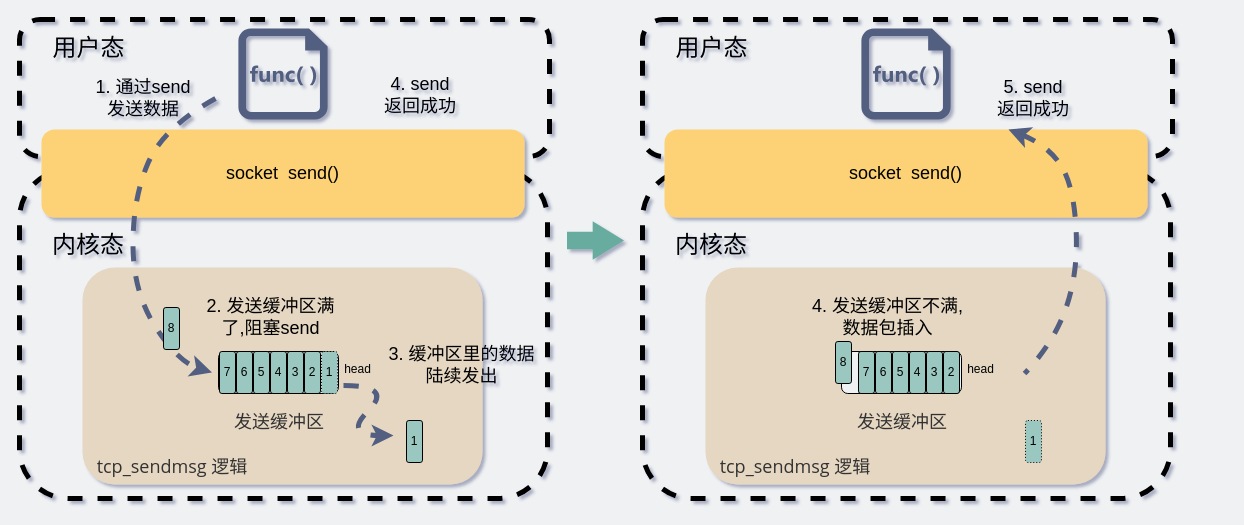
Earlier version of the draw.io diagram network/recvbuf非空.drawio (xiaobaiTech/image). Source tidied: cells renumbered, new cells numbered last; positions are measured from the earlier drawing's top-left corner, leaving out a move shared by most shapes. Both pictures are drawn from the tidied source at 100%, with x=0, y=0 at pixel (19, 19). Pictures stored in the file or linked from it are replaced by grey dashed boxes.
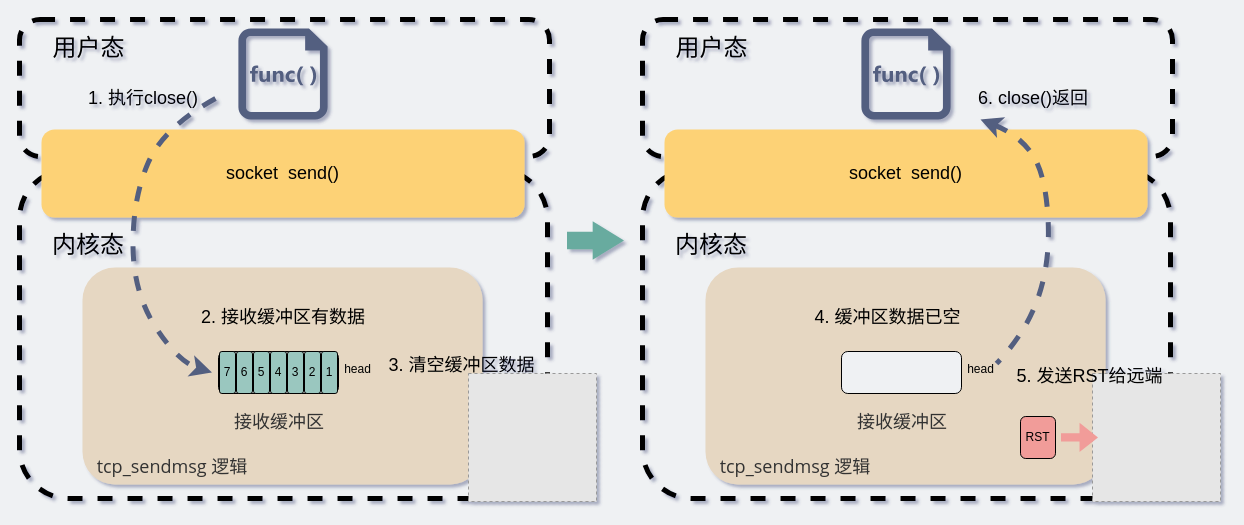
The same diagram, later.

The edit, as a diff of the source:
```diff
@@
-    <mxCell id="12" value="1" style="rounded=1;whiteSpace=wrap;html=1;fillColor=#9AC7BF;dashed=1;strokeWidth=1;dashPattern=1 2;" parent="1" vertex="1">
+    <mxCell id="12" value="1" style="rounded=1;whiteSpace=wrap;html=1;fillColor=#9AC7BF;strokeWidth=1;" parent="1" vertex="1">
       <mxGeometry x="302" y="332" width="16" height="42" as="geometry" />
     </mxCell>
-    <mxCell id="13" value="&lt;font color=&quot;#333333&quot; face=&quot;open sans, clear sans, helvetica neue, helvetica, arial, sans-serif&quot;&gt;&lt;span style=&quot;font-size: 18px&quot;&gt;发送缓冲区&lt;/span&gt;&lt;/font&gt;" style="text;html=1;strokeColor=none;fillColor=none;align=center;verticalAlign=middle;whiteSpace=wrap;rounded=0;" parent="1" vertex="1">
+    <mxCell id="13" value="&lt;font color=&quot;#333333&quot; face=&quot;open sans, clear sans, helvetica neue, helvetica, arial, sans-serif&quot;&gt;&lt;span style=&quot;font-size: 18px&quot;&gt;接收缓冲区&lt;/span&gt;&lt;/font&gt;" style="text;html=1;strokeColor=none;fillColor=none;align=center;verticalAlign=middle;whiteSpace=wrap;rounded=0;" parent="1" vertex="1">
       <mxGeometry x="205" y="380" width="110" height="43" as="geometry" />
     </mxCell>
@@
-    <mxCell id="18" value="&lt;font style=&quot;font-size: 18px&quot;&gt;1. 通过send &lt;br&gt;发送数据&lt;/font&gt;" style="text;html=1;strokeColor=none;fillColor=none;align=center;verticalAlign=middle;whiteSpace=wrap;rounded=0;" parent="1" vertex="1">
+    <mxCell id="18" value="&lt;font style=&quot;font-size: 18px&quot;&gt;1. 执行close()&lt;/font&gt;" style="text;html=1;strokeColor=none;fillColor=none;align=center;verticalAlign=middle;whiteSpace=wrap;rounded=0;" parent="1" vertex="1">
       <mxGeometry x="52" y="55" width="144" height="48" as="geometry" />
     </mxCell>
-    <mxCell id="19" value="&lt;font style=&quot;font-size: 18px&quot;&gt;2. 发送缓冲区满了,阻塞send&lt;/font&gt;" style="text;html=1;strokeColor=none;fillColor=none;align=center;verticalAlign=middle;whiteSpace=wrap;rounded=0;" parent="1" vertex="1">
-      <mxGeometry x="177" y="274" width="149" height="48" as="geometry" />
+    <mxCell id="19" value="&lt;font style=&quot;font-size: 18px&quot;&gt;2. 接收缓冲区有数据&lt;/font&gt;" style="text;html=1;strokeColor=none;fillColor=none;align=center;verticalAlign=middle;whiteSpace=wrap;rounded=0;" parent="1" vertex="1">
+      <mxGeometry x="177" y="274" width="174" height="48" as="geometry" />
     </mxCell>
@@
-    <mxCell id="21" value="&lt;font style=&quot;font-size: 18px&quot;&gt;5. send&lt;br&gt;返回成功&lt;/font&gt;" style="text;html=1;strokeColor=none;fillColor=none;align=center;verticalAlign=middle;whiteSpace=wrap;rounded=0;" parent="1" vertex="1">
+    <mxCell id="21" value="&lt;font style=&quot;font-size: 18px&quot;&gt;6. close()返回&lt;/font&gt;" style="text;html=1;strokeColor=none;fillColor=none;align=center;verticalAlign=middle;whiteSpace=wrap;rounded=0;" parent="1" vertex="1">
       <mxGeometry x="942" y="55" width="144" height="48" as="geometry" />
     </mxCell>
-    <mxCell id="22" value="8" style="rounded=1;whiteSpace=wrap;html=1;fillColor=#9AC7BF;" parent="1" vertex="1">
-      <mxGeometry x="144" y="288" width="16" height="42" as="geometry" />
-    </mxCell>
@@
-    <mxCell id="26" style="curved=1;endArrow=classic;html=1;rounded=0;strokeWidth=5;strokeColor=#535E80;dashed=1;" parent="1" edge="1">
-      <mxGeometry relative="1" as="geometry">
-        <mxPoint x="324" y="366" as="sourcePoint" />
-        <mxPoint x="374" y="416" as="targetPoint" />
-        <Array as="points">
-          <mxPoint x="374" y="366" />
-          <mxPoint x="324" y="416" />
-        </Array>
-      </mxGeometry>
-    </mxCell>
-    <mxCell id="27" value="1" style="rounded=1;whiteSpace=wrap;html=1;fillColor=#9AC7BF;" parent="1" vertex="1">
-      <mxGeometry x="387" y="401" width="16" height="42" as="geometry" />
-    </mxCell>
-    <mxCell id="28" value="&lt;font style=&quot;font-size: 18px&quot;&gt;3. 缓冲区里的数据陆续发出&lt;/font&gt;" style="text;html=1;strokeColor=none;fillColor=none;align=center;verticalAlign=middle;whiteSpace=wrap;rounded=0;" parent="1" vertex="1">
+    <mxCell id="28" value="&lt;font style=&quot;font-size: 18px&quot;&gt;3. 清空缓冲区数据&lt;/font&gt;" style="text;html=1;strokeColor=none;fillColor=none;align=center;verticalAlign=middle;whiteSpace=wrap;rounded=0;" parent="1" vertex="1">
       <mxGeometry x="368" y="322" width="149" height="48" as="geometry" />
     </mxCell>
@@
-    <mxCell id="37" value="1" style="rounded=1;whiteSpace=wrap;html=1;fillColor=#9AC7BF;dashed=1;strokeWidth=1;dashPattern=1 2;" parent="1" vertex="1">
-      <mxGeometry x="1006" y="401" width="16" height="42" as="geometry" />
+    <mxCell id="37" value="RST" style="rounded=1;whiteSpace=wrap;html=1;fillColor=#F19C99;strokeWidth=1;" parent="1" vertex="1">
+      <mxGeometry x="1001" y="397" width="35" height="42" as="geometry" />
     </mxCell>
-    <mxCell id="38" value="&lt;font color=&quot;#333333&quot; face=&quot;open sans, clear sans, helvetica neue, helvetica, arial, sans-serif&quot;&gt;&lt;span style=&quot;font-size: 18px&quot;&gt;发送缓冲区&lt;/span&gt;&lt;/font&gt;" style="text;html=1;strokeColor=none;fillColor=none;align=center;verticalAlign=middle;whiteSpace=wrap;rounded=0;" parent="1" vertex="1">
+    <mxCell id="38" value="&lt;font color=&quot;#333333&quot; face=&quot;open sans, clear sans, helvetica neue, helvetica, arial, sans-serif&quot;&gt;&lt;span style=&quot;font-size: 18px&quot;&gt;接收缓冲区&lt;/span&gt;&lt;/font&gt;" style="text;html=1;strokeColor=none;fillColor=none;align=center;verticalAlign=middle;whiteSpace=wrap;rounded=0;" parent="1" vertex="1">
       <mxGeometry x="828" y="380" width="110" height="43" as="geometry" />
     </mxCell>
-    <mxCell id="39" value="2" style="rounded=1;whiteSpace=wrap;html=1;fillColor=#9AC7BF;" parent="1" vertex="1">
-      <mxGeometry x="924" y="332" width="16" height="42" as="geometry" />
-    </mxCell>
-    <mxCell id="40" value="3" style="rounded=1;whiteSpace=wrap;html=1;fillColor=#9AC7BF;" parent="1" vertex="1">
-      <mxGeometry x="907" y="332" width="16" height="42" as="geometry" />
-    </mxCell>
-    <mxCell id="41" value="4" style="rounded=1;whiteSpace=wrap;html=1;fillColor=#9AC7BF;" parent="1" vertex="1">
-      <mxGeometry x="890" y="332" width="16" height="42" as="geometry" />
-    </mxCell>
-    <mxCell id="42" value="&lt;font style=&quot;font-size: 18px&quot;&gt;4. 发送缓冲区不满,数据包插入&lt;/font&gt;" style="text;html=1;strokeColor=none;fillColor=none;align=center;verticalAlign=middle;whiteSpace=wrap;rounded=0;" parent="1" vertex="1">
+    <mxCell id="42" value="&lt;font style=&quot;font-size: 18px&quot;&gt;4. 缓冲区数据已空&lt;/font&gt;" style="text;html=1;strokeColor=none;fillColor=none;align=center;verticalAlign=middle;whiteSpace=wrap;rounded=0;" parent="1" vertex="1">
       <mxGeometry x="788" y="274" width="161" height="48" as="geometry" />
     </mxCell>
@@
-    <mxCell id="44" value="8" style="rounded=1;whiteSpace=wrap;html=1;fillColor=#9AC7BF;" parent="1" vertex="1">
-      <mxGeometry x="816" y="322" width="16" height="42" as="geometry" />
-    </mxCell>
-    <mxCell id="45" value="5" style="rounded=1;whiteSpace=wrap;html=1;fillColor=#9AC7BF;" parent="1" vertex="1">
-      <mxGeometry x="873" y="332" width="16" height="42" as="geometry" />
-    </mxCell>
-    <mxCell id="46" value="6" style="rounded=1;whiteSpace=wrap;html=1;fillColor=#9AC7BF;" parent="1" vertex="1">
-      <mxGeometry x="856" y="332" width="16" height="42" as="geometry" />
-    </mxCell>
-    <mxCell id="47" value="7" style="rounded=1;whiteSpace=wrap;html=1;fillColor=#9AC7BF;" parent="1" vertex="1">
-      <mxGeometry x="839" y="332" width="16" height="42" as="geometry" />
-    </mxCell>
@@
-    <mxCell id="49" value="&lt;font style=&quot;font-size: 18px&quot;&gt;4. send&lt;br&gt;返回成功&lt;/font&gt;" style="text;html=1;strokeColor=none;fillColor=none;align=center;verticalAlign=middle;whiteSpace=wrap;rounded=0;" parent="1" vertex="1">
-      <mxGeometry x="329" y="52" width="144" height="48" as="geometry" />
-    </mxCell>
     <mxCell id="50" style="curved=1;endArrow=none;html=1;strokeColor=#535E80;strokeWidth=5;dashed=1;startArrow=classic;startFill=1;endFill=0;" parent="1" edge="1">
       <mxGeometry relative="1" as="geometry">
-        <mxPoint x="989" y="110" as="sourcePoint" />
-        <mxPoint x="1005" y="354" as="targetPoint" />
+        <mxPoint x="961" y="100" as="sourcePoint" />
+        <mxPoint x="977" y="344" as="targetPoint" />
         <Array as="points">
-          <mxPoint x="1027" y="125" />
-          <mxPoint x="1054" y="164" />
-          <mxPoint x="1059" y="253" />
-          <mxPoint x="1034" y="324" />
+          <mxPoint x="999" y="115" />
+          <mxPoint x="1026" y="154" />
+          <mxPoint x="1031" y="243" />
+          <mxPoint x="1006" y="314" />
         </Array>
       </mxGeometry>
     </mxCell>
+    <mxCell id="51" style="fillColor=#E6E6E6;strokeColor=#999999;dashed=1;verticalLabelPosition=bottom;labelBackgroundColor=default;verticalAlign=top;" parent="1" vertex="1">
+      <mxGeometry x="449" y="354" width="128" height="128" as="geometry" />
+    </mxCell>
+    <mxCell id="52" style="fillColor=#E6E6E6;strokeColor=#999999;dashed=1;verticalLabelPosition=bottom;labelBackgroundColor=default;verticalAlign=top;" parent="1" vertex="1">
+      <mxGeometry x="1073" y="354" width="128" height="128" as="geometry" />
+    </mxCell>
+    <mxCell id="53" value="&lt;font style=&quot;font-size: 18px&quot;&gt;5. 发送RST给远端&lt;/font&gt;" style="text;html=1;strokeColor=none;fillColor=none;align=center;verticalAlign=middle;whiteSpace=wrap;rounded=0;" parent="1" vertex="1">
+      <mxGeometry x="990" y="332.5" width="161" height="48" as="geometry" />
+    </mxCell>
+    <mxCell id="54" style="shape=flexArrow;endArrow=classic;html=1;rounded=0;strokeColor=none;fillColor=#F19C99;width=8.307692307692308;endSize=5.821538461538462;" parent="1" edge="1">
+      <mxGeometry relative="1" as="geometry">
+        <mxPoint x="1041" y="417.9" as="sourcePoint" />
+        <mxPoint x="1079" y="417.9" as="targetPoint" />
+      </mxGeometry>
+    </mxCell>
```
